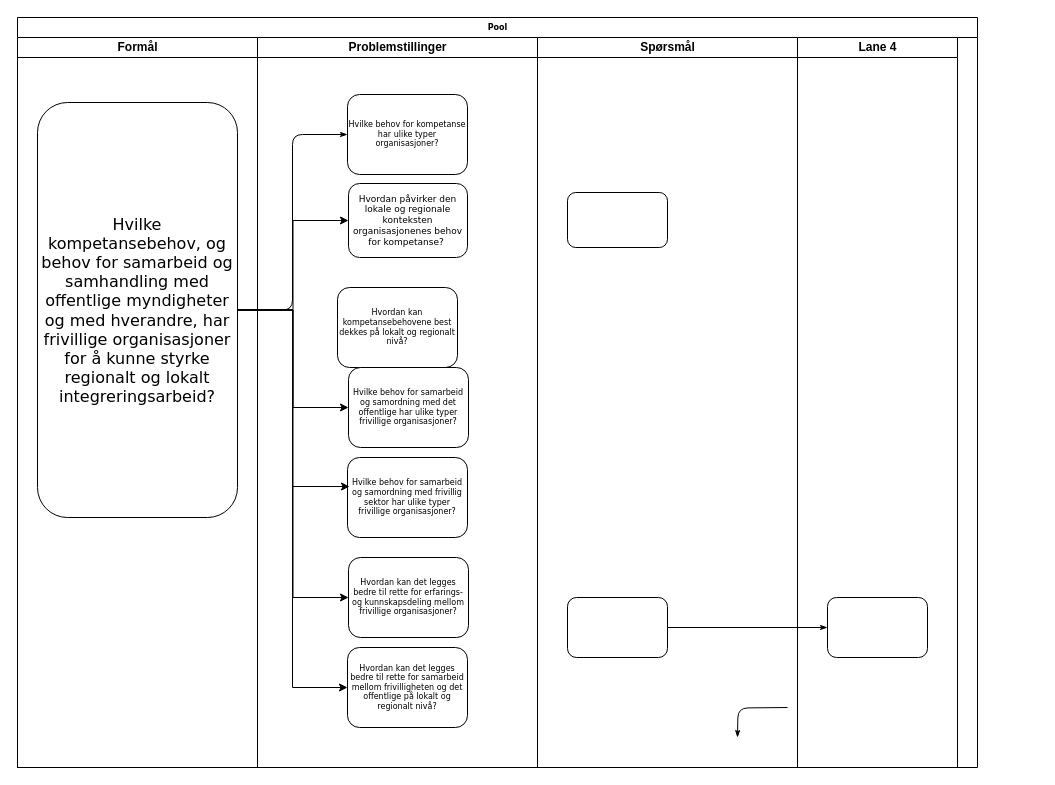
gardenberg/drawio_tegninger keeps this draw.io diagram as KOMPE_problemstillingstre.drawio. Above is the earlier version. Source tidied: cells renumbered, new cells numbered last; positions are measured from the earlier drawing's top-left corner, leaving out a move shared by most shapes. Both pictures are drawn from the tidied source at 100%, with x=0, y=0 at pixel (17, 17).
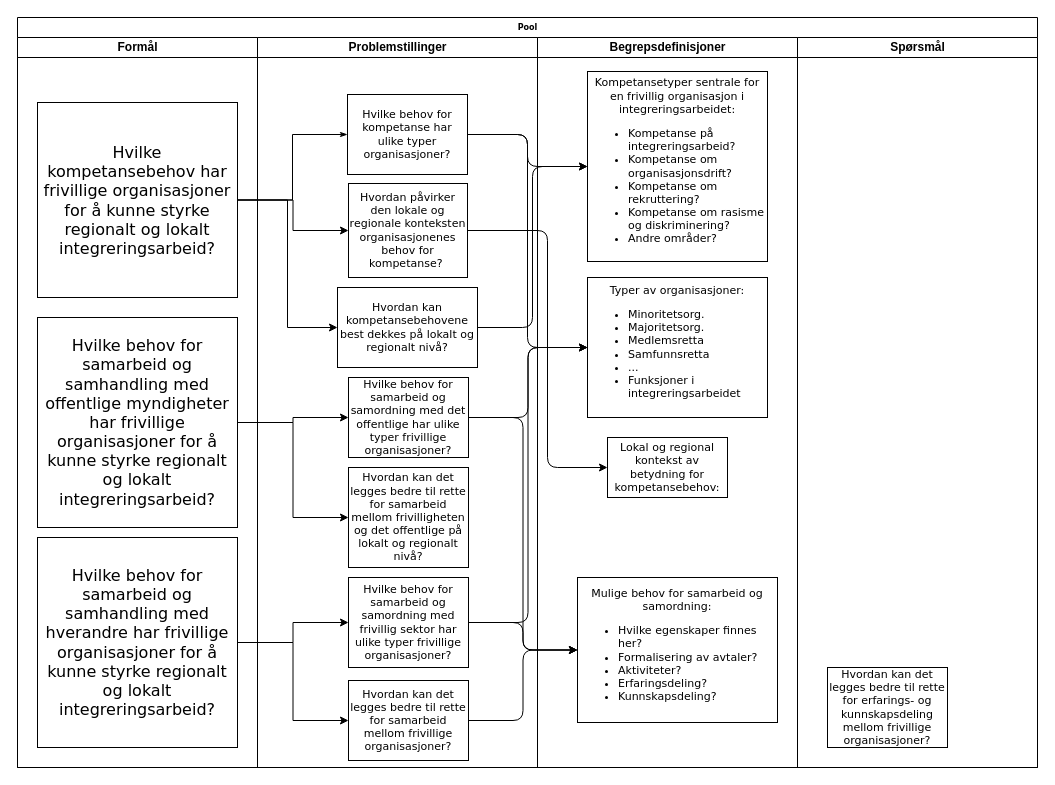
After the change.

Change to the diagram source:
```diff
@@
     <mxCell id="2" value="Pool" style="swimlane;html=1;startSize=20;rounded=0;shadow=0;labelBackgroundColor=none;strokeWidth=1;fontFamily=Verdana;fontSize=8;align=center;" parent="1" vertex="1">
-      <mxGeometry width="960" height="750" as="geometry" />
+      <mxGeometry width="1020" height="750" as="geometry" />
     </mxCell>
-    <mxCell id="3" value="Formål" style="swimlane;html=1;startSize=20;" parent="2" vertex="1">
+    <mxCell id="3" value="Formål" style="swimlane;html=1;startSize=20;rounded=0;" parent="2" vertex="1">
       <mxGeometry y="20" width="240" height="730" as="geometry" />
     </mxCell>
-    <mxCell id="4" value="Hvilke kompetansebehov, og behov for samarbeid og samhandling med offentlige myndigheter og med hverandre, har frivillige organisasjoner for å kunne styrke regionalt og lokalt integreringsarbeid?" style="rounded=1;whiteSpace=wrap;html=1;shadow=0;labelBackgroundColor=none;strokeWidth=1;fontFamily=Verdana;fontSize=16;align=center;" parent="3" vertex="1">
-      <mxGeometry x="20" y="65" width="200" height="415" as="geometry" />
+    <mxCell id="4" value="Hvilke kompetansebehov har frivillige organisasjoner for å kunne styrke regionalt og lokalt integreringsarbeid?" style="rounded=0;whiteSpace=wrap;html=1;shadow=0;labelBackgroundColor=none;strokeWidth=1;fontFamily=Verdana;fontSize=16;align=center;" parent="3" vertex="1">
+      <mxGeometry x="20" y="65" width="200" height="195" as="geometry" />
     </mxCell>
+    <mxCell id="26" value="Hvilke behov for samarbeid og samhandling med offentlige myndigheter har frivillige organisasjoner for å kunne styrke regionalt og lokalt integreringsarbeid?" style="rounded=0;whiteSpace=wrap;html=1;shadow=0;labelBackgroundColor=none;strokeWidth=1;fontFamily=Verdana;fontSize=16;align=center;" parent="3" vertex="1">
+      <mxGeometry x="20" y="280" width="200" height="210" as="geometry" />
+    </mxCell>
+    <mxCell id="27" value="Hvilke behov for samarbeid og samhandling med hverandre har frivillige organisasjoner for å kunne styrke regionalt og lokalt integreringsarbeid?" style="rounded=0;whiteSpace=wrap;html=1;shadow=0;labelBackgroundColor=none;strokeWidth=1;fontFamily=Verdana;fontSize=16;align=center;" parent="3" vertex="1">
+      <mxGeometry x="20" y="500" width="200" height="210" as="geometry" />
+    </mxCell>
-    <mxCell id="5" style="edgeStyle=orthogonalEdgeStyle;rounded=1;html=1;labelBackgroundColor=none;startArrow=none;startFill=0;startSize=5;endArrow=classicThin;endFill=1;endSize=5;jettySize=auto;strokeWidth=1;fontFamily=Verdana;fontSize=8;" parent="2" edge="1" source="4" target="9">
+    <mxCell id="5" style="edgeStyle=orthogonalEdgeStyle;rounded=0;html=1;labelBackgroundColor=none;startArrow=none;startFill=0;startSize=5;endArrow=classicThin;endFill=1;endSize=5;jettySize=auto;strokeWidth=1;fontFamily=Verdana;fontSize=8;" parent="2" edge="1" source="4" target="9">
       <mxGeometry relative="1" as="geometry" />
     </mxCell>
-    <mxCell id="6" style="edgeStyle=orthogonalEdgeStyle;rounded=1;html=1;labelBackgroundColor=none;startArrow=none;startFill=0;startSize=5;endArrow=classicThin;endFill=1;endSize=5;jettySize=auto;orthogonalLoop=1;strokeWidth=1;fontFamily=Verdana;fontSize=8;" parent="2" edge="1">
-      <mxGeometry relative="1" as="geometry">
-        <mxPoint x="770" y="690" as="sourcePoint" />
-        <mxPoint x="720" y="720" as="targetPoint" />
-      </mxGeometry>
-    </mxCell>
-    <mxCell id="7" style="edgeStyle=orthogonalEdgeStyle;rounded=1;html=1;labelBackgroundColor=none;startArrow=none;startFill=0;startSize=5;endArrow=classicThin;endFill=1;endSize=5;jettySize=auto;strokeWidth=1;fontFamily=Verdana;fontSize=8;" parent="2" edge="1" source="18" target="20">
-      <mxGeometry relative="1" as="geometry" />
-    </mxCell>
-    <mxCell id="8" value="Problemstillinger" style="swimlane;html=1;startSize=20;" parent="2" vertex="1">
+    <mxCell id="8" value="Problemstillinger" style="swimlane;html=1;startSize=20;rounded=0;" parent="2" vertex="1">
       <mxGeometry x="240" y="20" width="280" height="730" as="geometry" />
     </mxCell>
-    <mxCell id="9" value="Hvilke behov for kompetanse har ulike typer organisasjoner?" style="rounded=1;whiteSpace=wrap;html=1;shadow=0;labelBackgroundColor=none;strokeWidth=1;fontFamily=Verdana;fontSize=8;align=center;" parent="8" vertex="1">
+    <mxCell id="9" value="Hvilke behov for kompetanse har ulike typer organisasjoner?" style="rounded=0;whiteSpace=wrap;html=1;shadow=0;labelBackgroundColor=none;strokeWidth=1;fontFamily=Verdana;fontSize=11;align=center;" parent="8" vertex="1">
       <mxGeometry x="90" y="57" width="120" height="80" as="geometry" />
     </mxCell>
-    <mxCell id="10" value="Hvordan påvirker den lokale og regionale konteksten organisasjonenes behov for kompetanse?&amp;nbsp;" style="rounded=1;whiteSpace=wrap;html=1;shadow=0;labelBackgroundColor=none;strokeWidth=1;fontFamily=Verdana;fontSize=9;align=center;" parent="8" vertex="1">
-      <mxGeometry x="91" y="146" width="119" height="74" as="geometry" />
+    <mxCell id="10" value="Hvordan påvirker den lokale og regionale konteksten organisasjonenes behov for kompetanse?&amp;nbsp;" style="rounded=0;whiteSpace=wrap;html=1;shadow=0;labelBackgroundColor=none;strokeWidth=1;fontFamily=Verdana;fontSize=11;align=center;" parent="8" vertex="1">
+      <mxGeometry x="91" y="146" width="119" height="94" as="geometry" />
     </mxCell>
-    <mxCell id="11" value="Hvordan kan kompetansebehovene best dekkes på lokalt og regionalt nivå?" style="rounded=1;whiteSpace=wrap;html=1;shadow=0;labelBackgroundColor=none;strokeWidth=1;fontFamily=Verdana;fontSize=8;align=center;" parent="8" vertex="1">
-      <mxGeometry x="80" y="250" width="120" height="80" as="geometry" />
+    <mxCell id="11" value="Hvordan kan kompetansebehovene best dekkes på lokalt og regionalt nivå?" style="rounded=0;whiteSpace=wrap;html=1;shadow=0;labelBackgroundColor=none;strokeWidth=1;fontFamily=Verdana;fontSize=11;align=center;" parent="8" vertex="1">
+      <mxGeometry x="80" y="250" width="140" height="80" as="geometry" />
     </mxCell>
-    <mxCell id="12" value="Hvilke behov for samarbeid og samordning med det offentlige har ulike typer frivillige organisasjoner?" style="rounded=1;whiteSpace=wrap;html=1;shadow=0;labelBackgroundColor=none;strokeWidth=1;fontFamily=Verdana;fontSize=8;align=center;" parent="8" vertex="1">
-      <mxGeometry x="91" y="330" width="120" height="80" as="geometry" />
+    <mxCell id="12" value="Hvilke behov for samarbeid og samordning med det offentlige har ulike typer frivillige organisasjoner?" style="rounded=0;whiteSpace=wrap;html=1;shadow=0;labelBackgroundColor=none;strokeWidth=1;fontFamily=Verdana;fontSize=11;align=center;" parent="8" vertex="1">
+      <mxGeometry x="91" y="340" width="120" height="80" as="geometry" />
     </mxCell>
-    <mxCell id="13" value="Hvordan kan det legges bedre til rette for samarbeid mellom frivilligheten og det offentlige på lokalt og regionalt nivå?" style="rounded=1;whiteSpace=wrap;html=1;shadow=0;labelBackgroundColor=none;strokeWidth=1;fontFamily=Verdana;fontSize=8;align=center;" parent="8" vertex="1">
-      <mxGeometry x="90" y="610" width="120" height="80" as="geometry" />
+    <mxCell id="13" value="Hvordan kan det legges bedre til rette for samarbeid mellom frivilligheten og det offentlige på lokalt og regionalt nivå?" style="rounded=0;whiteSpace=wrap;html=1;shadow=0;labelBackgroundColor=none;strokeWidth=1;fontFamily=Verdana;fontSize=11;align=center;" parent="8" vertex="1">
+      <mxGeometry x="91" y="430" width="120" height="100" as="geometry" />
     </mxCell>
-    <mxCell id="14" value="Hvordan kan det legges bedre til rette for erfarings- og kunnskapsdeling mellom frivillige organisasjoner?" style="rounded=1;whiteSpace=wrap;html=1;shadow=0;labelBackgroundColor=none;strokeWidth=1;fontFamily=Verdana;fontSize=8;align=center;" parent="8" vertex="1">
-      <mxGeometry x="91" y="520" width="120" height="80" as="geometry" />
+    <mxCell id="14" value="Hvordan kan det legges bedre til rette for samarbeid mellom frivillige organisasjoner?" style="rounded=0;whiteSpace=wrap;html=1;shadow=0;labelBackgroundColor=none;strokeWidth=1;fontFamily=Verdana;fontSize=11;align=center;" parent="8" vertex="1">
+      <mxGeometry x="91" y="643" width="120" height="80" as="geometry" />
     </mxCell>
-    <mxCell id="15" value="Hvilke behov for samarbeid og samordning med frivillig sektor har ulike typer frivillige organisasjoner?" style="rounded=1;whiteSpace=wrap;html=1;shadow=0;labelBackgroundColor=none;strokeWidth=1;fontFamily=Verdana;fontSize=8;align=center;" parent="8" vertex="1">
-      <mxGeometry x="90" y="420" width="120" height="80" as="geometry" />
+    <mxCell id="15" value="Hvilke behov for samarbeid og samordning med frivillig sektor har ulike typer frivillige organisasjoner?" style="rounded=0;whiteSpace=wrap;html=1;shadow=0;labelBackgroundColor=none;strokeWidth=1;fontFamily=Verdana;fontSize=11;align=center;" parent="8" vertex="1">
+      <mxGeometry x="91" y="540" width="120" height="90" as="geometry" />
     </mxCell>
-    <mxCell id="16" value="Spørsmål" style="swimlane;html=1;startSize=20;" parent="2" vertex="1">
+    <mxCell id="16" value="Begrepsdefinisjoner" style="swimlane;html=1;startSize=20;rounded=0;" parent="2" vertex="1">
       <mxGeometry x="520" y="20" width="260" height="730" as="geometry" />
     </mxCell>
-    <mxCell id="17" style="rounded=1;whiteSpace=wrap;html=1;shadow=0;labelBackgroundColor=none;strokeWidth=1;fontFamily=Verdana;fontSize=8;align=center;" parent="16" vertex="1">
-      <mxGeometry x="30" y="155" width="100" height="55" as="geometry" />
+    <mxCell id="17" value="Kompetansetyper sentrale for en frivillig organisasjon i integreringsarbeidet:&lt;br&gt;&lt;div&gt;&lt;ul&gt;&lt;li style=&quot;text-align: left&quot;&gt;Kompetanse på integreringsarbeid?&lt;/li&gt;&lt;li style=&quot;text-align: left&quot;&gt;Kompetanse om organisasjonsdrift?&lt;/li&gt;&lt;li style=&quot;text-align: left&quot;&gt;Kompetanse om rekruttering?&lt;/li&gt;&lt;li style=&quot;text-align: left&quot;&gt;Kompetanse om rasisme og diskriminering?&lt;/li&gt;&lt;li style=&quot;text-align: left&quot;&gt;Andre områder?&lt;/li&gt;&lt;/ul&gt;&lt;/div&gt;" style="rounded=0;whiteSpace=wrap;html=1;shadow=0;labelBackgroundColor=none;strokeWidth=1;fontFamily=Verdana;fontSize=11;align=center;" parent="16" vertex="1">
+      <mxGeometry x="50" y="34" width="180" height="190" as="geometry" />
     </mxCell>
-    <mxCell id="18" style="rounded=1;whiteSpace=wrap;html=1;shadow=0;labelBackgroundColor=none;strokeWidth=1;fontFamily=Verdana;fontSize=8;align=center;" parent="16" vertex="1">
-      <mxGeometry x="30" y="560" width="100" height="60" as="geometry" />
-    </mxCell>
+    <mxCell id="28" value="Typer av organisasjoner:&lt;br&gt;&lt;ul&gt;&lt;li style=&quot;text-align: left&quot;&gt;Minoritetsorg.&lt;/li&gt;&lt;li style=&quot;text-align: left&quot;&gt;Majoritetsorg.&lt;/li&gt;&lt;li style=&quot;text-align: left&quot;&gt;Medlemsretta&lt;/li&gt;&lt;li style=&quot;text-align: left&quot;&gt;Samfunnsretta&lt;/li&gt;&lt;li style=&quot;text-align: left&quot;&gt;...&lt;/li&gt;&lt;li style=&quot;text-align: left&quot;&gt;Funksjoner i integreringsarbeidet&lt;/li&gt;&lt;/ul&gt;" style="rounded=0;whiteSpace=wrap;html=1;shadow=0;labelBackgroundColor=none;strokeWidth=1;fontFamily=Verdana;fontSize=11;align=center;" parent="16" vertex="1">
+      <mxGeometry x="50" y="240" width="180" height="140" as="geometry" />
+    </mxCell>
+    <mxCell id="29" value="Mulige behov for samarbeid og samordning:&lt;br&gt;&lt;ul&gt;&lt;li style=&quot;text-align: left&quot;&gt;Hvilke egenskaper finnes her?&lt;/li&gt;&lt;li style=&quot;text-align: left&quot;&gt;Formalisering av avtaler?&lt;/li&gt;&lt;li style=&quot;text-align: left&quot;&gt;Aktiviteter?&lt;/li&gt;&lt;li style=&quot;text-align: left&quot;&gt;Erfaringsdeling?&lt;/li&gt;&lt;li style=&quot;text-align: left&quot;&gt;Kunnskapsdeling?&lt;/li&gt;&lt;/ul&gt;" style="whiteSpace=wrap;html=1;fontSize=11;fontFamily=Verdana;rounded=0;shadow=0;labelBackgroundColor=none;strokeWidth=1;" parent="16" vertex="1">
+      <mxGeometry x="40" y="540" width="200" height="145" as="geometry" />
+    </mxCell>
+    <mxCell id="30" value="Lokal og regional kontekst av betydning for kompetansebehov:" style="whiteSpace=wrap;html=1;fontSize=11;fontFamily=Verdana;rounded=0;shadow=0;labelBackgroundColor=none;strokeWidth=1;" parent="16" vertex="1">
+      <mxGeometry x="70" y="400" width="120" height="60" as="geometry" />
+    </mxCell>
-    <mxCell id="19" value="Lane 4" style="swimlane;html=1;startSize=20;" parent="2" vertex="1">
-      <mxGeometry x="780" y="20" width="160" height="730" as="geometry" />
+    <mxCell id="19" value="Spørsmål" style="swimlane;html=1;startSize=20;rounded=0;" parent="2" vertex="1">
+      <mxGeometry x="780" y="20" width="240" height="730" as="geometry" />
     </mxCell>
-    <mxCell id="20" style="rounded=1;whiteSpace=wrap;html=1;shadow=0;labelBackgroundColor=none;strokeWidth=1;fontFamily=Verdana;fontSize=8;align=center;" parent="19" vertex="1">
-      <mxGeometry x="30" y="560" width="100" height="60" as="geometry" />
-    </mxCell>
+    <mxCell id="31" value="Hvordan kan det legges bedre til rette for erfarings- og kunnskapsdeling mellom frivillige organisasjoner?" style="rounded=0;whiteSpace=wrap;html=1;shadow=0;labelBackgroundColor=none;strokeWidth=1;fontFamily=Verdana;fontSize=11;align=center;" parent="19" vertex="1">
+      <mxGeometry x="30" y="630" width="120" height="80" as="geometry" />
+    </mxCell>
@@
-    <mxCell id="22" style="edgeStyle=orthogonalEdgeStyle;rounded=0;jettySize=auto;html=1;fontSize=16;" parent="2" edge="1" source="4" target="12">
-      <mxGeometry relative="1" as="geometry" />
-    </mxCell>
-    <mxCell id="23" style="edgeStyle=orthogonalEdgeStyle;rounded=0;jettySize=auto;html=1;entryX=0.017;entryY=0.363;entryDx=0;entryDy=0;entryPerimeter=0;fontSize=16;" parent="2" edge="1" source="4" target="15">
-      <mxGeometry relative="1" as="geometry" />
-    </mxCell>
-    <mxCell id="24" style="edgeStyle=orthogonalEdgeStyle;rounded=0;jettySize=auto;html=1;entryX=0;entryY=0.5;entryDx=0;entryDy=0;fontSize=16;" parent="2" edge="1" source="4" target="14">
-      <mxGeometry relative="1" as="geometry" />
-    </mxCell>
-    <mxCell id="25" style="edgeStyle=orthogonalEdgeStyle;rounded=0;jettySize=auto;html=1;entryX=0;entryY=0.5;entryDx=0;entryDy=0;fontSize=16;" parent="2" edge="1" source="4" target="13">
-      <mxGeometry relative="1" as="geometry" />
-    </mxCell>
+    <mxCell id="32" style="edgeStyle=orthogonalEdgeStyle;rounded=0;jettySize=auto;html=1;fontSize=9;" parent="2" edge="1" source="4" target="11">
+      <mxGeometry relative="1" as="geometry" />
+    </mxCell>
+    <mxCell id="33" style="edgeStyle=orthogonalEdgeStyle;rounded=0;jettySize=auto;html=1;fontSize=11;" parent="2" edge="1" source="26" target="12">
+      <mxGeometry relative="1" as="geometry" />
+    </mxCell>
+    <mxCell id="34" style="edgeStyle=orthogonalEdgeStyle;rounded=0;jettySize=auto;html=1;fontSize=11;" parent="2" edge="1" source="26" target="13">
+      <mxGeometry relative="1" as="geometry" />
+    </mxCell>
+    <mxCell id="35" style="edgeStyle=orthogonalEdgeStyle;rounded=0;jettySize=auto;html=1;entryX=0;entryY=0.5;entryDx=0;entryDy=0;fontSize=11;" parent="2" edge="1" source="27" target="15">
+      <mxGeometry relative="1" as="geometry" />
+    </mxCell>
+    <mxCell id="36" style="edgeStyle=orthogonalEdgeStyle;rounded=0;jettySize=auto;html=1;fontSize=11;" parent="2" edge="1" source="27" target="14">
+      <mxGeometry relative="1" as="geometry" />
+    </mxCell>
+    <mxCell id="37" style="edgeStyle=orthogonalEdgeStyle;jettySize=auto;html=1;fontSize=11;" parent="2" edge="1" source="9" target="17">
+      <mxGeometry relative="1" as="geometry" />
+    </mxCell>
+    <mxCell id="38" style="edgeStyle=orthogonalEdgeStyle;jettySize=auto;html=1;entryX=0;entryY=0.5;entryDx=0;entryDy=0;fontSize=11;" parent="2" edge="1" source="9" target="28">
+      <mxGeometry relative="1" as="geometry" />
+    </mxCell>
+    <mxCell id="39" style="edgeStyle=orthogonalEdgeStyle;jettySize=auto;html=1;entryX=0;entryY=0.5;entryDx=0;entryDy=0;fontSize=11;" parent="2" edge="1" source="11" target="17">
+      <mxGeometry relative="1" as="geometry" />
+    </mxCell>
+    <mxCell id="40" style="edgeStyle=orthogonalEdgeStyle;jettySize=auto;html=1;entryX=0;entryY=0.5;entryDx=0;entryDy=0;fontSize=11;" parent="2" edge="1" source="12" target="28">
+      <mxGeometry relative="1" as="geometry" />
+    </mxCell>
+    <mxCell id="41" style="edgeStyle=orthogonalEdgeStyle;jettySize=auto;html=1;fontSize=11;entryX=0;entryY=0.5;entryDx=0;entryDy=0;" parent="2" edge="1" source="15" target="29">
+      <mxGeometry relative="1" as="geometry" />
+    </mxCell>
+    <mxCell id="42" style="edgeStyle=orthogonalEdgeStyle;jettySize=auto;html=1;fontSize=11;entryX=0;entryY=0.5;entryDx=0;entryDy=0;" parent="2" edge="1" source="15" target="28">
+      <mxGeometry relative="1" as="geometry" />
+    </mxCell>
+    <mxCell id="43" style="edgeStyle=orthogonalEdgeStyle;jettySize=auto;html=1;entryX=0;entryY=0.5;entryDx=0;entryDy=0;fontSize=11;" parent="2" edge="1" source="12" target="29">
+      <mxGeometry relative="1" as="geometry" />
+    </mxCell>
+    <mxCell id="44" style="edgeStyle=orthogonalEdgeStyle;jettySize=auto;html=1;entryX=0;entryY=0.5;entryDx=0;entryDy=0;fontSize=11;" parent="2" edge="1" source="14" target="29">
+      <mxGeometry relative="1" as="geometry" />
+    </mxCell>
+    <mxCell id="45" style="edgeStyle=orthogonalEdgeStyle;jettySize=auto;html=1;fontSize=11;entryX=0;entryY=0.5;entryDx=0;entryDy=0;" parent="2" edge="1" source="10" target="30">
+      <mxGeometry relative="1" as="geometry">
+        <Array as="points">
+          <mxPoint x="530" y="213" />
+          <mxPoint x="530" y="450" />
+        </Array>
+      </mxGeometry>
+    </mxCell>
```
